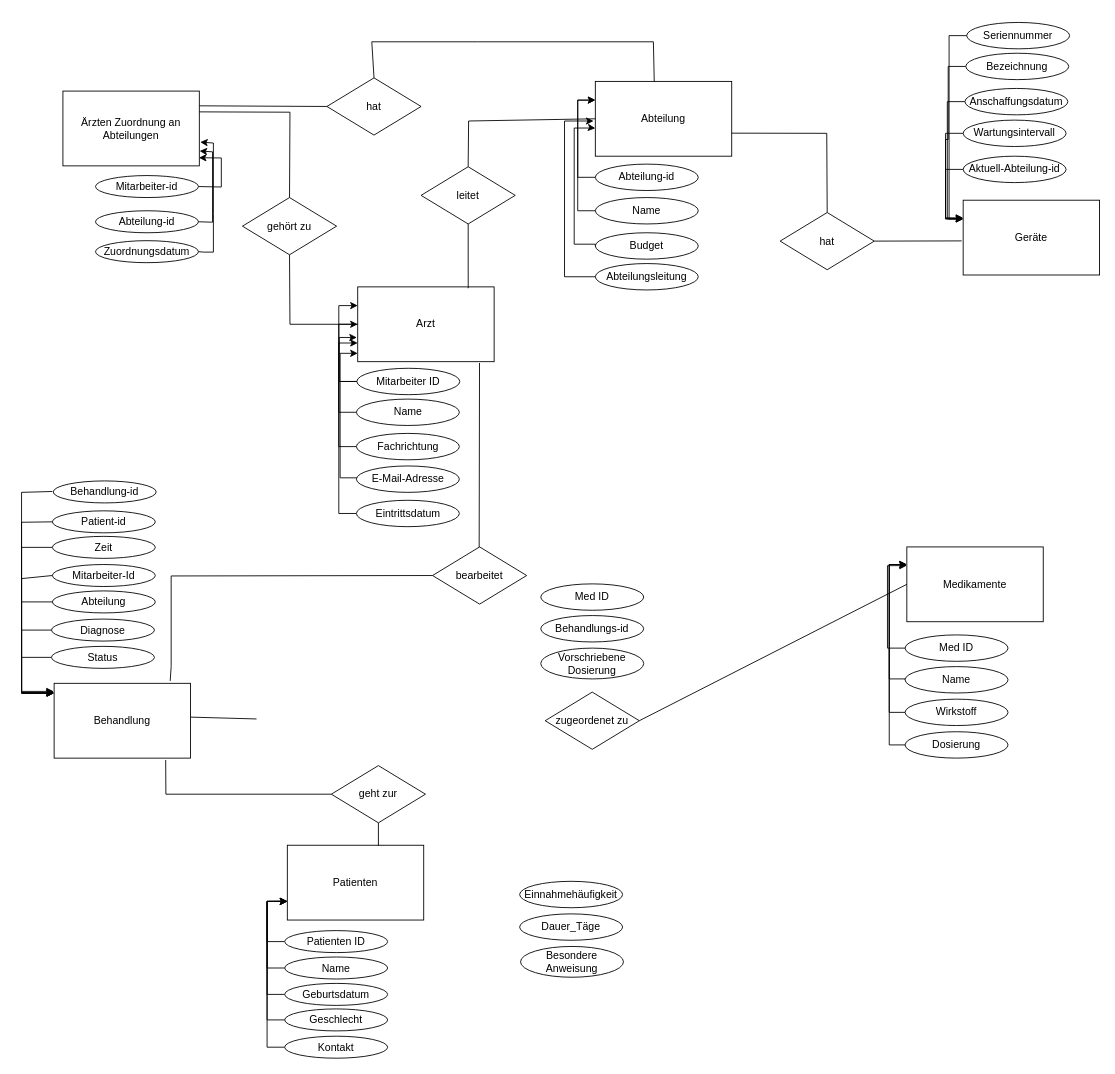
The draw.io diagram aufgabe04/Aufgabe A.drawio in contraintuitiv/datenbanksysteme, before the edit. Source tidied: cells renumbered, new cells numbered last; positions are measured from the earlier drawing's top-left corner, leaving out a move shared by most shapes. Both pictures are drawn from the tidied source at 88%, with x=0, y=0 at pixel (21, 22).
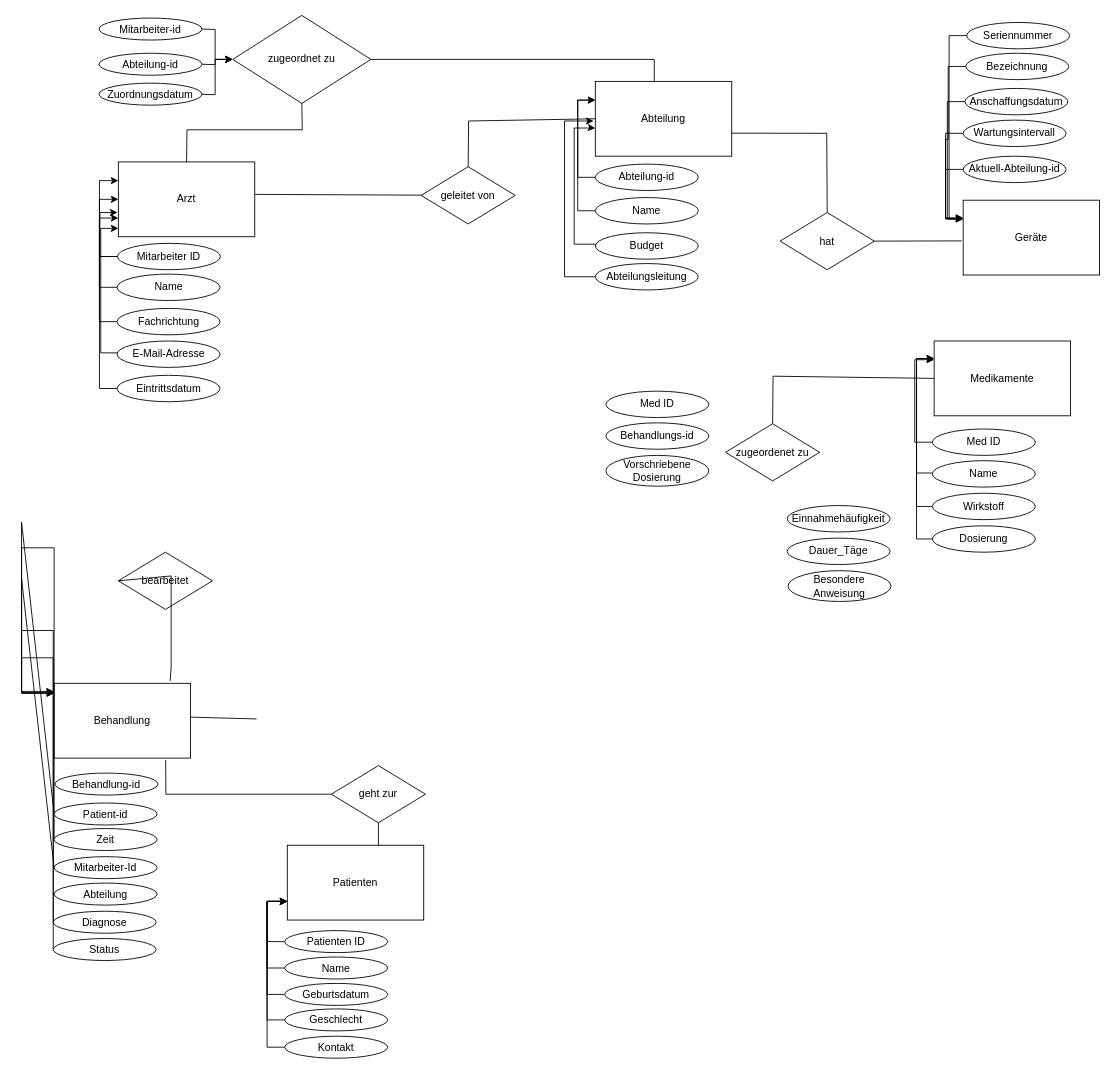
The same page after the edit.

The change refers to these unchanged cells:
```xml
<mxCell id="23" value="Behandlung" style="rounded=0;whiteSpace=wrap;html=1;" parent="1" vertex="1">
  <mxGeometry x="37" y="751" width="155" height="85" as="geometry" />
</mxCell>
<mxCell id="30" value="Abteilung" style="rounded=0;whiteSpace=wrap;html=1;" parent="1" vertex="1">
  <mxGeometry x="652" y="67" width="155" height="85" as="geometry" />
</mxCell>
```

The edit, as a diff of the source:
```diff
@@
     <mxCell id="2" value="Arzt" style="rounded=0;whiteSpace=wrap;html=1;" parent="1" vertex="1">
-      <mxGeometry x="382" y="300.5" width="155" height="85" as="geometry" />
+      <mxGeometry x="110" y="158.5" width="155" height="85" as="geometry" />
     </mxCell>
@@
     <mxCell id="4" value="Fachrichtung" style="ellipse;whiteSpace=wrap;html=1;" parent="1" vertex="1">
-      <mxGeometry x="380.5" y="467" width="117" height="30" as="geometry" />
+      <mxGeometry x="108.5" y="325" width="117" height="30" as="geometry" />
     </mxCell>
@@
     <mxCell id="6" value="Name" style="ellipse;whiteSpace=wrap;html=1;" parent="1" vertex="1">
-      <mxGeometry x="380.5" y="428" width="117" height="30" as="geometry" />
+      <mxGeometry x="108.5" y="286" width="117" height="30" as="geometry" />
     </mxCell>
     <mxCell id="7" value="Mitarbeiter ID" style="ellipse;whiteSpace=wrap;html=1;" parent="1" vertex="1">
-      <mxGeometry x="381" y="393" width="117" height="30" as="geometry" />
+      <mxGeometry x="109" y="251" width="117" height="30" as="geometry" />
     </mxCell>
     <mxCell id="8" style="edgeStyle=orthogonalEdgeStyle;rounded=0;orthogonalLoop=1;jettySize=auto;html=1;" parent="1" edge="1">
       <mxGeometry relative="1" as="geometry">
-        <mxPoint x="400.6" y="517.5" as="sourcePoint" />
-        <mxPoint x="382" y="376" as="targetPoint" />
+        <mxPoint x="128.6" y="375.5" as="sourcePoint" />
+        <mxPoint x="110" y="234" as="targetPoint" />
         <Array as="points">
-          <mxPoint x="362" y="517.5" />
-          <mxPoint x="362" y="375.5" />
+          <mxPoint x="90" y="375.5" />
+          <mxPoint x="90" y="233.5" />
         </Array>
       </mxGeometry>
     </mxCell>
     <mxCell id="9" value="E-Mail-Adresse" style="ellipse;whiteSpace=wrap;html=1;" parent="1" vertex="1">
-      <mxGeometry x="380.5" y="504" width="117" height="30" as="geometry" />
+      <mxGeometry x="108.5" y="362" width="117" height="30" as="geometry" />
     </mxCell>
@@
     <mxCell id="11" value="Eintrittsdatum" style="ellipse;whiteSpace=wrap;html=1;" parent="1" vertex="1">
-      <mxGeometry x="380.5" y="543" width="117" height="30" as="geometry" />
+      <mxGeometry x="108.5" y="401" width="117" height="30" as="geometry" />
     </mxCell>
@@
     <mxCell id="25" value="Zeit" style="ellipse;whiteSpace=wrap;html=1;" parent="1" vertex="1">
-      <mxGeometry x="35" y="584" width="117" height="25" as="geometry" />
+      <mxGeometry x="37" y="916" width="117" height="25" as="geometry" />
     </mxCell>
@@
     <mxCell id="27" value="Diagnose" style="ellipse;whiteSpace=wrap;html=1;" parent="1" vertex="1">
-      <mxGeometry x="34" y="678" width="117" height="25" as="geometry" />
+      <mxGeometry x="36" y="1010" width="117" height="25" as="geometry" />
     </mxCell>
@@
     <mxCell id="29" value="Status" style="ellipse;whiteSpace=wrap;html=1;" parent="1" vertex="1">
-      <mxGeometry x="34" y="709" width="117" height="25" as="geometry" />
+      <mxGeometry x="36" y="1041" width="117" height="25" as="geometry" />
     </mxCell>
@@
     <mxCell id="40" value="Medikamente" style="rounded=0;whiteSpace=wrap;html=1;" parent="1" vertex="1">
-      <mxGeometry x="1006" y="596" width="155" height="85" as="geometry" />
+      <mxGeometry x="1037" y="362" width="155" height="85" as="geometry" />
     </mxCell>
@@
     <mxCell id="50" value="Med ID" style="ellipse;whiteSpace=wrap;html=1;" parent="1" vertex="1">
-      <mxGeometry x="1004" y="696" width="117" height="30" as="geometry" />
+      <mxGeometry x="1035" y="462" width="117" height="30" as="geometry" />
     </mxCell>
     <mxCell id="51" style="edgeStyle=orthogonalEdgeStyle;rounded=0;jettySize=auto;html=1;exitX=0;exitY=0.5;exitDx=0;exitDy=0;" parent="1" edge="1" source="52">
       <mxGeometry relative="1" as="geometry">
-        <mxPoint x="1006" y="616" as="targetPoint" />
+        <mxPoint x="1037" y="382" as="targetPoint" />
         <Array as="points">
-          <mxPoint x="986" y="746" />
-          <mxPoint x="986" y="616" />
-          <mxPoint x="1006" y="616" />
+          <mxPoint x="1017" y="512" />
+          <mxPoint x="1017" y="382" />
+          <mxPoint x="1037" y="382" />
         </Array>
       </mxGeometry>
     </mxCell>
     <mxCell id="52" value="Name" style="ellipse;whiteSpace=wrap;html=1;" parent="1" vertex="1">
-      <mxGeometry x="1004" y="732" width="117" height="30" as="geometry" />
+      <mxGeometry x="1035" y="498" width="117" height="30" as="geometry" />
     </mxCell>
     <mxCell id="53" style="edgeStyle=orthogonalEdgeStyle;rounded=0;jettySize=auto;html=1;exitX=0;exitY=0.5;exitDx=0;exitDy=0;" parent="1" edge="1" source="54">
       <mxGeometry relative="1" as="geometry">
-        <mxPoint x="1006" y="616" as="targetPoint" />
+        <mxPoint x="1037" y="382" as="targetPoint" />
         <Array as="points">
-          <mxPoint x="986" y="784" />
-          <mxPoint x="986" y="616" />
-          <mxPoint x="1006" y="616" />
+          <mxPoint x="1017" y="550" />
+          <mxPoint x="1017" y="382" />
+          <mxPoint x="1037" y="382" />
         </Array>
       </mxGeometry>
     </mxCell>
     <mxCell id="54" value="Wirkstoff" style="ellipse;whiteSpace=wrap;html=1;" parent="1" vertex="1">
-      <mxGeometry x="1004" y="769" width="117" height="30" as="geometry" />
+      <mxGeometry x="1035" y="535" width="117" height="30" as="geometry" />
     </mxCell>
     <mxCell id="55" style="edgeStyle=orthogonalEdgeStyle;rounded=0;jettySize=auto;html=1;exitX=0;exitY=0.5;exitDx=0;exitDy=0;" parent="1" edge="1" source="56">
       <mxGeometry relative="1" as="geometry">
-        <mxPoint x="1006" y="616" as="targetPoint" />
+        <mxPoint x="1037" y="382" as="targetPoint" />
         <Array as="points">
-          <mxPoint x="986" y="821" />
-          <mxPoint x="986" y="616" />
+          <mxPoint x="1017" y="587" />
+          <mxPoint x="1017" y="382" />
         </Array>
       </mxGeometry>
     </mxCell>
     <mxCell id="56" value="Dosierung" style="ellipse;whiteSpace=wrap;html=1;" parent="1" vertex="1">
-      <mxGeometry x="1004" y="806" width="117" height="30" as="geometry" />
+      <mxGeometry x="1035" y="572" width="117" height="30" as="geometry" />
     </mxCell>
-    <mxCell id="57" value="leitet" style="rhombus;whiteSpace=wrap;html=1;" parent="1" vertex="1">
+    <mxCell id="57" value="geleitet von" style="rhombus;whiteSpace=wrap;html=1;" parent="1" vertex="1">
       <mxGeometry x="454" y="164" width="107" height="65" as="geometry" />
     </mxCell>
     <mxCell id="58" value="Patient-id" style="ellipse;whiteSpace=wrap;html=1;" parent="1" vertex="1">
-      <mxGeometry x="35" y="555" width="117" height="25" as="geometry" />
+      <mxGeometry x="37" y="887" width="117" height="25" as="geometry" />
     </mxCell>
@@
     <mxCell id="60" value="Mitarbeiter-Id" style="ellipse;whiteSpace=wrap;html=1;" parent="1" vertex="1">
-      <mxGeometry x="35" y="616" width="117" height="25" as="geometry" />
+      <mxGeometry x="37" y="948" width="117" height="25" as="geometry" />
     </mxCell>
     <mxCell id="61" value="Abteilung" style="ellipse;whiteSpace=wrap;html=1;" parent="1" vertex="1">
-      <mxGeometry x="35" y="646" width="117" height="25" as="geometry" />
+      <mxGeometry x="37" y="978" width="117" height="25" as="geometry" />
     </mxCell>
-    <mxCell id="62" style="edgeStyle=orthogonalEdgeStyle;rounded=0;jettySize=auto;html=1;exitX=0;exitY=0.5;exitDx=0;exitDy=0;entryX=-0.002;entryY=0.116;entryDx=0;entryDy=0;entryPerimeter=0;" parent="1" edge="1" target="23">
-      <mxGeometry relative="1" as="geometry">
-        <mxPoint x="35.2" y="658.5" as="sourcePoint" />
-        <Array as="points">
-          <mxPoint y="659" />
-          <mxPoint y="762" />
-          <mxPoint x="35" y="762" />
-          <mxPoint x="35" y="761" />
-        </Array>
-      </mxGeometry>
-    </mxCell>
@@
-    <mxCell id="64" style="endArrow=none;html=1;rounded=0;exitX=0.81;exitY=0.018;exitDx=0;exitDy=0;exitPerimeter=0;" parent="1" edge="1" source="2" target="57">
+    <mxCell id="64" style="endArrow=none;html=1;rounded=0;exitX=1.003;exitY=0.434;exitDx=0;exitDy=0;exitPerimeter=0;" parent="1" edge="1" source="2" target="57">
       <mxGeometry relative="1" as="geometry" />
     </mxCell>
@@
-    <mxCell id="66" value="gehört zu" style="rhombus;whiteSpace=wrap;html=1;" parent="1" vertex="1">
-      <mxGeometry x="251" y="199" width="107" height="65" as="geometry" />
-    </mxCell>
-    <mxCell id="67" style="endArrow=none;html=1;rounded=0;exitX=0;exitY=0.5;exitDx=0;exitDy=0;entryX=0.5;entryY=1;entryDx=0;entryDy=0;" parent="1" edge="1" source="2" target="66">
-      <mxGeometry relative="1" as="geometry">
-        <Array as="points">
-          <mxPoint x="305" y="343" />
-        </Array>
-      </mxGeometry>
-    </mxCell>
-    <mxCell id="68" style="endArrow=none;html=1;rounded=0;entryX=0.5;entryY=0;entryDx=0;entryDy=0;exitX=0.997;exitY=0.278;exitDx=0;exitDy=0;exitPerimeter=0;" parent="1" edge="1" source="92" target="66">
-      <mxGeometry relative="1" as="geometry">
-        <Array as="points">
-          <mxPoint x="305" y="102" />
-        </Array>
-      </mxGeometry>
-    </mxCell>
     <mxCell id="69" style="endArrow=classic;html=1;rounded=0;" parent="1" edge="1">
       <mxGeometry relative="1" as="geometry">
-        <mxPoint x="361" y="408" as="sourcePoint" />
-        <mxPoint x="381" y="358" as="targetPoint" />
+        <mxPoint x="89" y="266" as="sourcePoint" />
+        <mxPoint x="109" y="216" as="targetPoint" />
         <Array as="points">
-          <mxPoint x="381" y="408" />
-          <mxPoint x="361" y="408" />
-          <mxPoint x="361" y="388" />
-          <mxPoint x="361" y="358" />
+          <mxPoint x="109" y="266" />
+          <mxPoint x="89" y="266" />
+          <mxPoint x="89" y="246" />
+          <mxPoint x="89" y="216" />
         </Array>
       </mxGeometry>
     </mxCell>
-    <mxCell id="70" value="hat" style="rhombus;whiteSpace=wrap;html=1;" parent="1" vertex="1">
-      <mxGeometry x="347" y="63" width="107" height="65" as="geometry" />
+    <mxCell id="70" value="zugeordnet zu" style="rhombus;whiteSpace=wrap;html=1;" parent="1" vertex="1">
+      <mxGeometry x="240" y="-8" width="157" height="100" as="geometry" />
     </mxCell>
-    <mxCell id="71" style="endArrow=none;html=1;rounded=0;exitX=0.998;exitY=0.197;exitDx=0;exitDy=0;exitPerimeter=0;entryX=0;entryY=0.5;entryDx=0;entryDy=0;" parent="1" edge="1" source="92" target="70">
-      <mxGeometry relative="1" as="geometry" />
+    <mxCell id="71" style="endArrow=none;html=1;rounded=0;exitX=0.5;exitY=0;exitDx=0;exitDy=0;entryX=0.5;entryY=1;entryDx=0;entryDy=0;" parent="1" edge="1" source="2" target="70">
+      <mxGeometry relative="1" as="geometry">
+        <Array as="points">
+          <mxPoint x="188" y="122" />
+          <mxPoint x="319" y="122" />
+        </Array>
+      </mxGeometry>
     </mxCell>
-    <mxCell id="72" style="endArrow=none;html=1;rounded=0;exitX=0.5;exitY=0;exitDx=0;exitDy=0;entryX=0.432;entryY=0;entryDx=0;entryDy=0;entryPerimeter=0;" parent="1" edge="1" source="70" target="30">
+    <mxCell id="72" style="endArrow=none;html=1;rounded=0;exitX=1;exitY=0.5;exitDx=0;exitDy=0;entryX=0.432;entryY=0;entryDx=0;entryDy=0;entryPerimeter=0;" parent="1" edge="1" source="70" target="30">
       <mxGeometry relative="1" as="geometry">
         <Array as="points">
-          <mxPoint x="398" y="22" />
-          <mxPoint x="518" y="22" />
-          <mxPoint x="718" y="22" />
+          <mxPoint x="719" y="42" />
         </Array>
       </mxGeometry>
     </mxCell>
-    <mxCell id="73" style="endArrow=none;html=1;rounded=0;entryX=0.893;entryY=1.017;entryDx=0;entryDy=0;entryPerimeter=0;" parent="1" edge="1" source="74" target="2">
-      <mxGeometry relative="1" as="geometry">
-        <Array as="points">
-          <mxPoint x="520" y="642" />
-          <mxPoint x="520" y="602" />
-        </Array>
-      </mxGeometry>
-    </mxCell>
     <mxCell id="74" value="bearbeitet" style="rhombus;whiteSpace=wrap;html=1;" parent="1" vertex="1">
-      <mxGeometry x="467" y="596" width="107" height="65" as="geometry" />
+      <mxGeometry x="110" y="602" width="107" height="65" as="geometry" />
     </mxCell>
@@
     <mxCell id="77" value="Med ID" style="ellipse;whiteSpace=wrap;html=1;" parent="1" vertex="1">
-      <mxGeometry x="590" y="638" width="117" height="30" as="geometry" />
+      <mxGeometry x="664" y="419" width="117" height="30" as="geometry" />
     </mxCell>
     <mxCell id="78" value="Behandlungs-id" style="ellipse;whiteSpace=wrap;html=1;" parent="1" vertex="1">
-      <mxGeometry x="590" y="674" width="117" height="30" as="geometry" />
+      <mxGeometry x="664" y="455" width="117" height="30" as="geometry" />
     </mxCell>
     <mxCell id="79" value="Vorschriebene Dosierung" style="ellipse;whiteSpace=wrap;html=1;" parent="1" vertex="1">
-      <mxGeometry x="590" y="711" width="117" height="35" as="geometry" />
+      <mxGeometry x="664" y="492" width="117" height="35" as="geometry" />
     </mxCell>
     <mxCell id="80" value="Einnahmehäufigkeit" style="ellipse;whiteSpace=wrap;html=1;" parent="1" vertex="1">
-      <mxGeometry x="566" y="976" width="117" height="30" as="geometry" />
+      <mxGeometry x="870" y="549" width="117" height="30" as="geometry" />
     </mxCell>
     <mxCell id="81" value="Dauer_Täge" style="ellipse;whiteSpace=wrap;html=1;" parent="1" vertex="1">
-      <mxGeometry x="566" y="1013" width="117" height="30" as="geometry" />
+      <mxGeometry x="870" y="586" width="117" height="30" as="geometry" />
     </mxCell>
     <mxCell id="82" value="Besondere Anweisung" style="ellipse;whiteSpace=wrap;html=1;" parent="1" vertex="1">
-      <mxGeometry x="567" y="1050" width="117" height="35" as="geometry" />
+      <mxGeometry x="871" y="623" width="117" height="35" as="geometry" />
     </mxCell>
     <mxCell id="83" value="zugeordenet zu" style="rhombus;whiteSpace=wrap;html=1;" parent="1" vertex="1">
-      <mxGeometry x="595" y="761" width="107" height="65" as="geometry" />
+      <mxGeometry x="800" y="456" width="107" height="65" as="geometry" />
     </mxCell>
-    <mxCell id="84" style="endArrow=none;html=1;rounded=0;exitX=1;exitY=0.5;exitDx=0;exitDy=0;entryX=0;entryY=0.5;entryDx=0;entryDy=0;" parent="1" edge="1" source="83" target="40">
-      <mxGeometry relative="1" as="geometry" />
+    <mxCell id="84" style="endArrow=none;html=1;rounded=0;entryX=0;entryY=0.5;entryDx=0;entryDy=0;exitX=0.5;exitY=0;exitDx=0;exitDy=0;" parent="1" edge="1" source="83" target="40">
+      <mxGeometry relative="1" as="geometry">
+        <Array as="points">
+          <mxPoint x="854" y="402" />
+        </Array>
+      </mxGeometry>
     </mxCell>
@@
     <mxCell id="90" value="Behandlung-id" style="ellipse;whiteSpace=wrap;html=1;" parent="1" vertex="1">
-      <mxGeometry x="36" y="521" width="117" height="25" as="geometry" />
+      <mxGeometry x="38" y="853" width="117" height="25" as="geometry" />
     </mxCell>
-    <mxCell id="91" style="endArrow=classic;html=1;rounded=0;exitX=0;exitY=0.5;exitDx=0;exitDy=0;entryX=-0.004;entryY=0.13;entryDx=0;entryDy=0;entryPerimeter=0;" parent="1" edge="1" target="23">
-      <mxGeometry relative="1" as="geometry">
-        <mxPoint x="35" y="533" as="sourcePoint" />
-        <Array as="points">
-          <mxPoint y="534" />
-          <mxPoint y="762" />
-        </Array>
-      </mxGeometry>
-    </mxCell>
-    <mxCell id="92" value="Ärzten Zuordnung an Abteilungen" style="rounded=0;whiteSpace=wrap;html=1;" parent="1" vertex="1">
-      <mxGeometry x="47" y="78" width="155" height="85" as="geometry" />
-    </mxCell>
     <mxCell id="93" value="Mitarbeiter-id" style="ellipse;whiteSpace=wrap;html=1;" parent="1" vertex="1">
-      <mxGeometry x="84" y="174" width="117" height="25" as="geometry" />
+      <mxGeometry x="88" y="-5" width="117" height="25" as="geometry" />
     </mxCell>
     <mxCell id="94" value="Abteilung-id" style="ellipse;whiteSpace=wrap;html=1;" parent="1" vertex="1">
-      <mxGeometry x="84" y="214" width="117" height="25" as="geometry" />
+      <mxGeometry x="88" y="35" width="117" height="25" as="geometry" />
     </mxCell>
     <mxCell id="95" value="Zuordnungsdatum" style="ellipse;whiteSpace=wrap;html=1;" parent="1" vertex="1">
-      <mxGeometry x="84" y="248" width="117" height="25" as="geometry" />
+      <mxGeometry x="88" y="69" width="117" height="25" as="geometry" />
     </mxCell>
-    <mxCell id="96" style="endArrow=classic;html=1;rounded=0;exitX=1;exitY=0.5;exitDx=0;exitDy=0;entryX=0.997;entryY=0.891;entryDx=0;entryDy=0;entryPerimeter=0;" parent="1" edge="1" source="93" target="92">
+    <mxCell id="96" style="endArrow=classic;html=1;rounded=0;exitX=1;exitY=0.5;exitDx=0;exitDy=0;" parent="1" edge="1" source="93">
       <mxGeometry relative="1" as="geometry">
+        <mxPoint x="240" y="42" as="targetPoint" />
         <Array as="points">
-          <mxPoint x="227" y="187" />
-          <mxPoint x="227" y="154" />
+          <mxPoint x="220" y="8" />
+          <mxPoint x="220" y="42" />
         </Array>
       </mxGeometry>
     </mxCell>
-    <mxCell id="97" style="endArrow=classic;html=1;rounded=0;exitX=1;exitY=0.5;exitDx=0;exitDy=0;entryX=1.002;entryY=0.802;entryDx=0;entryDy=0;entryPerimeter=0;" parent="1" edge="1" source="94" target="92">
+    <mxCell id="97" style="endArrow=classic;html=1;rounded=0;exitX=1;exitY=0.5;exitDx=0;exitDy=0;" parent="1" edge="1" source="94">
       <mxGeometry relative="1" as="geometry">
+        <mxPoint x="240" y="42" as="targetPoint" />
         <Array as="points">
-          <mxPoint x="217" y="227" />
-          <mxPoint x="217" y="147" />
+          <mxPoint x="220" y="48" />
+          <mxPoint x="220" y="42" />
         </Array>
       </mxGeometry>
     </mxCell>
-    <mxCell id="98" style="endArrow=classic;html=1;rounded=0;exitX=1;exitY=0.5;exitDx=0;exitDy=0;entryX=1.002;entryY=0.802;entryDx=0;entryDy=0;entryPerimeter=0;" parent="1" edge="1" source="95">
+    <mxCell id="98" style="endArrow=classic;html=1;rounded=0;exitX=1;exitY=0.5;exitDx=0;exitDy=0;entryX=0;entryY=0.5;entryDx=0;entryDy=0;" parent="1" edge="1" source="95" target="70">
       <mxGeometry relative="1" as="geometry">
-        <mxPoint x="203" y="136" as="targetPoint" />
         <Array as="points">
-          <mxPoint x="207" y="261" />
-          <mxPoint x="218" y="261" />
-          <mxPoint x="218" y="217" />
-          <mxPoint x="218" y="137" />
+          <mxPoint x="211" y="82" />
+          <mxPoint x="220" y="82" />
+          <mxPoint x="220" y="62" />
+          <mxPoint x="220" y="42" />
         </Array>
       </mxGeometry>
     </mxCell>
```
